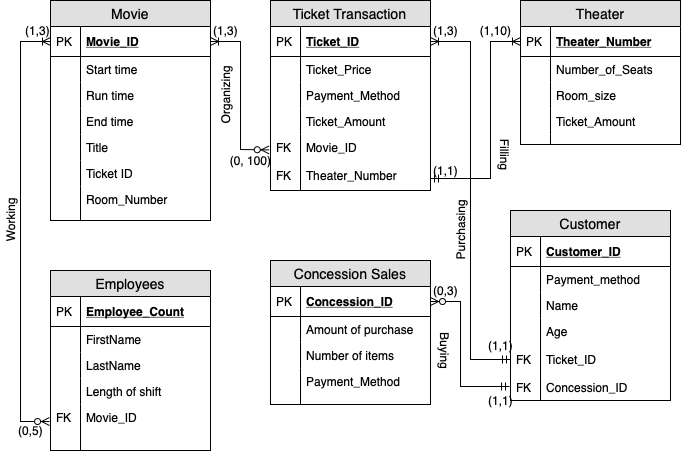
hek5118/IST-210 keeps this draw.io diagram as final project.png. Above is the earlier version. Source tidied: cells renumbered, new cells last; positions are measured from the earlier drawing's top-left corner, leaving out a move shared by most shapes.
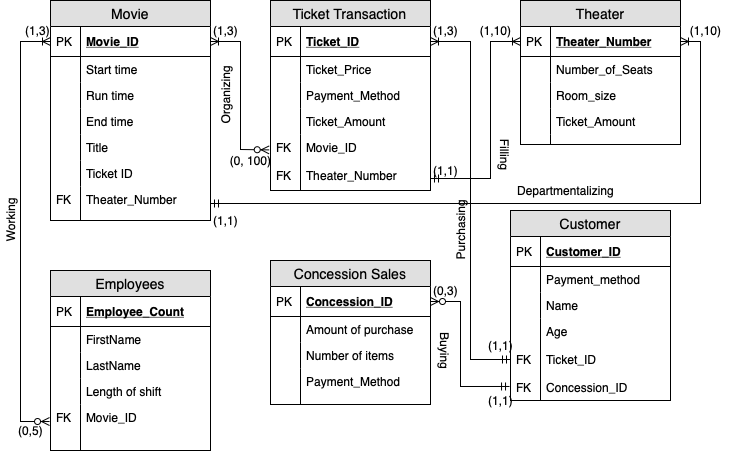
Later version of the same file.

Change to the diagram source:
```diff
@@ -41,10 +41,10 @@
     <mxCell id="14" style="shape=partialRectangle;top=0;left=0;bottom=0;fillColor=none;align=left;verticalAlign=top;spacingLeft=4;spacingRight=4;overflow=hidden;fontSize=12;" parent="13" vertex="1">
       <mxGeometry width="30" height="26" as="geometry" />
     </mxCell>
-    <mxCell id="15" value="Room_Number" style="shape=partialRectangle;top=0;left=0;right=0;bottom=0;align=left;verticalAlign=top;fillColor=none;spacingLeft=34;spacingRight=4;overflow=hidden;points=[[0,0.5],[1,0.5]];portConstraint=eastwest;fontSize=12;" parent="2" vertex="1">
+    <mxCell id="15" value="Theater_Number" style="shape=partialRectangle;top=0;left=0;right=0;bottom=0;align=left;verticalAlign=top;fillColor=none;spacingLeft=34;spacingRight=4;overflow=hidden;points=[[0,0.5],[1,0.5]];portConstraint=eastwest;fontSize=12;" parent="2" vertex="1">
       <mxGeometry y="186" width="160" height="34" as="geometry" />
     </mxCell>
-    <mxCell id="16" style="shape=partialRectangle;top=0;left=0;bottom=0;fillColor=none;align=left;verticalAlign=top;spacingLeft=4;spacingRight=4;overflow=hidden;fontSize=12;" parent="15" vertex="1">
+    <mxCell id="16" value="FK" style="shape=partialRectangle;top=0;left=0;bottom=0;fillColor=none;align=left;verticalAlign=top;spacingLeft=4;spacingRight=4;overflow=hidden;fontSize=12;" parent="15" vertex="1">
       <mxGeometry width="30" height="34" as="geometry" />
     </mxCell>
     <mxCell id="17" value="Concession Sales" style="swimlane;fontStyle=0;horizontal=1;startSize=26;fillColor=#e0e0e0;swimlaneFillColor=#ffffff;align=center;fontSize=14;" parent="1" vertex="1">
@@ -286,5 +286,30 @@
     <mxCell id="87" style="shape=partialRectangle;top=0;left=0;bottom=0;fillColor=none;align=left;verticalAlign=top;spacingLeft=4;spacingRight=4;overflow=hidden;fontSize=12;" parent="86" vertex="1">
       <mxGeometry width="30" height="10" as="geometry" />
     </mxCell>
+    <mxCell id="88" style="endArrow=ERoneToMany;startArrow=ERmandOne;html=1;entryX=1;entryY=0.5;entryDx=0;entryDy=0;exitX=1;exitY=0.5;exitDx=0;exitDy=0;endFill=0;startFill=0;strokeColor=none;" parent="1" edge="1" source="15" target="78">
+      <mxGeometry relative="1" as="geometry">
+        <Array as="points">
+          <mxPoint x="740" y="200" />
+          <mxPoint x="740" y="41" />
+        </Array>
+      </mxGeometry>
+    </mxCell>
+    <mxCell id="89" style="endArrow=ERoneToMany;html=1;exitX=1;exitY=0.5;exitDx=0;exitDy=0;entryX=1;entryY=0.5;entryDx=0;entryDy=0;strokeColor=#000000;rounded=0;endFill=0;startArrow=ERmandOne;startFill=0;" parent="1" edge="1" source="15" target="78">
+      <mxGeometry relative="1" as="geometry">
+        <Array as="points">
+          <mxPoint x="720" y="203" />
+          <mxPoint x="720" y="41" />
+        </Array>
+      </mxGeometry>
+    </mxCell>
+    <mxCell id="90" value="Departmentalizing" style="text;html=1;align=center;verticalAlign=middle;" parent="1" vertex="1">
+      <mxGeometry x="530" y="180" width="110" height="20" as="geometry" />
+    </mxCell>
+    <mxCell id="91" value="(1,10)" style="text;html=1;align=center;verticalAlign=middle;" parent="1" vertex="1">
+      <mxGeometry x="700" y="20" width="50" height="20" as="geometry" />
+    </mxCell>
+    <mxCell id="92" value="(1,1)" style="text;html=1;align=center;verticalAlign=middle;" parent="1" vertex="1">
+      <mxGeometry x="225" y="210" width="40" height="20" as="geometry" />
+    </mxCell>
   </root>
 </mxGraphModel>
```
